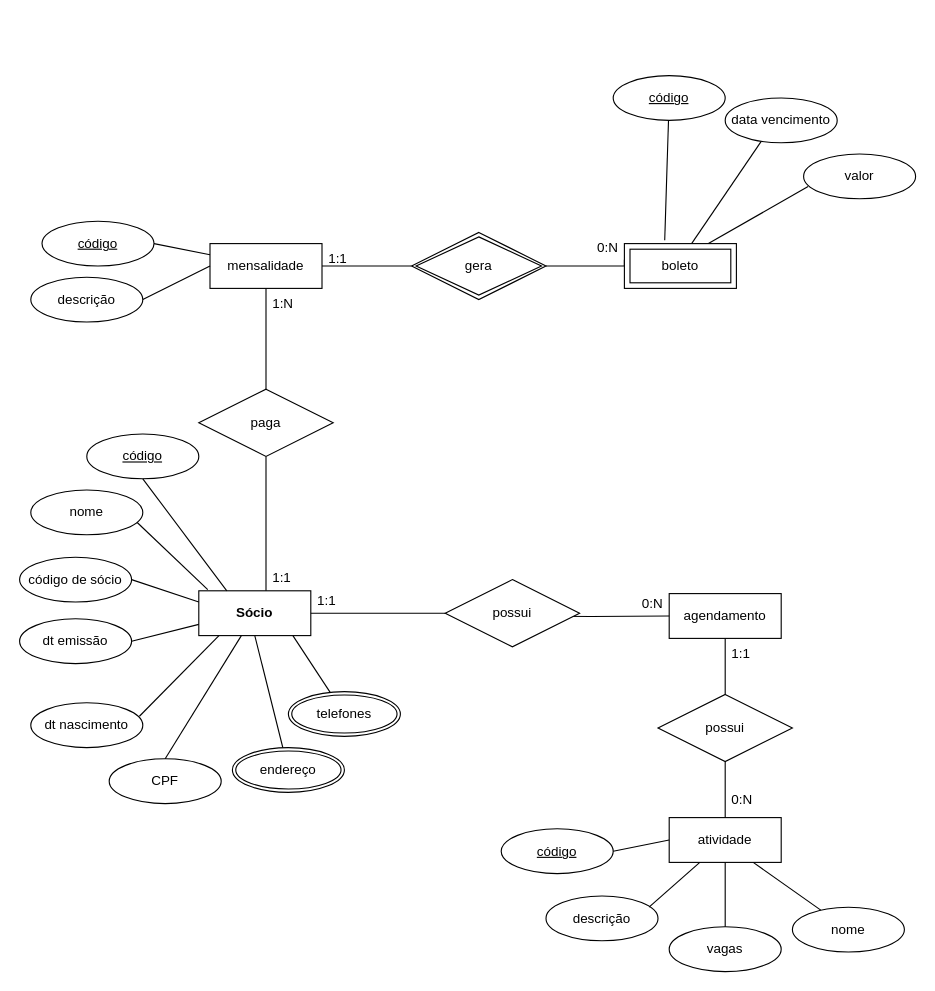
Earlier version of the draw.io diagram Diagrama sem título.drawio (Carolina-Silva/Carolina-Silva). Source tidied: cells renumbered, new cells numbered last; positions are measured from the earlier drawing's top-left corner, leaving out a move shared by most shapes. Both pictures are drawn from the tidied source at 112%, with x=0, y=0 at pixel (19, 75).
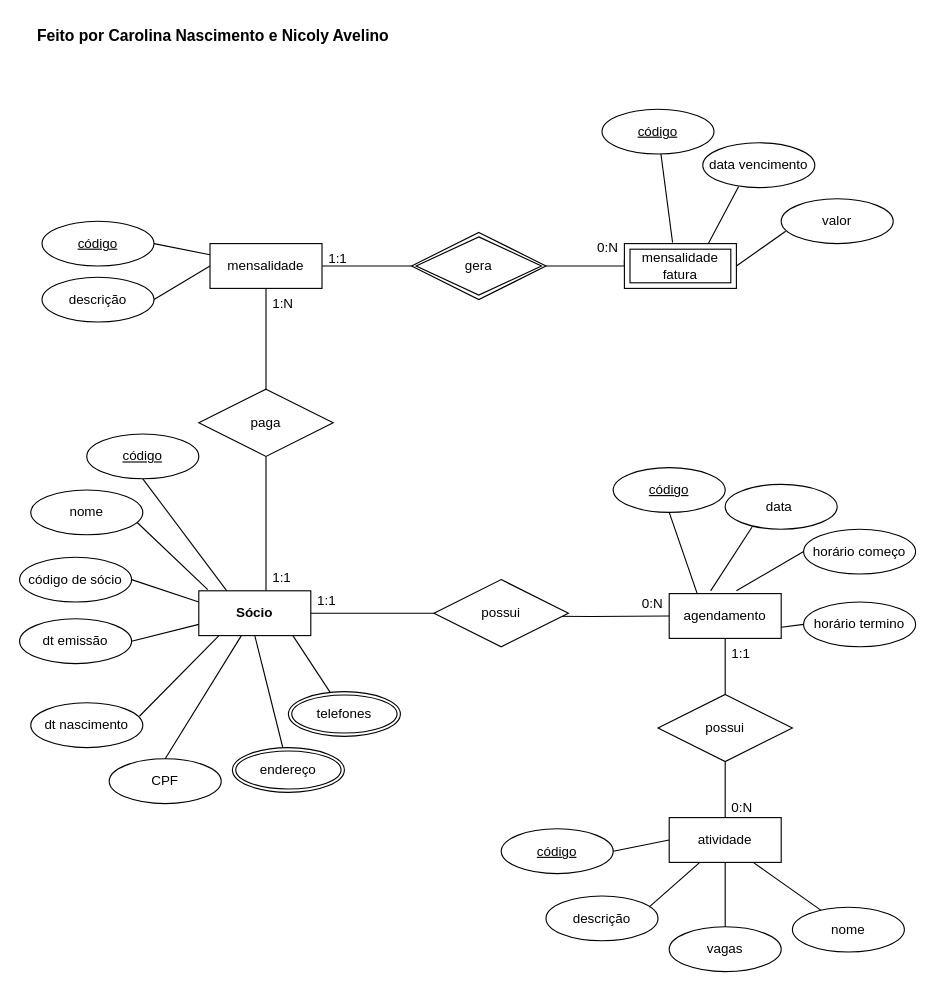
After the change.

Commit message:
Resposta MBD Avaliação 01

The change refers to these unchanged cells:
```xml
<mxCell id="20" value="agendamento" style="whiteSpace=wrap;html=1;align=center;" parent="1" vertex="1">
  <mxGeometry x="580" y="462.5" width="100" height="40" as="geometry" />
</mxCell>
```

What changed in the source:
```diff
@@
     <mxCell id="23" value="possui" style="shape=rhombus;perimeter=rhombusPerimeter;whiteSpace=wrap;html=1;align=center;" parent="1" vertex="1">
-      <mxGeometry x="380" y="450" width="120" height="60" as="geometry" />
+      <mxGeometry x="370" y="450" width="120" height="60" as="geometry" />
     </mxCell>
@@
     <mxCell id="26" value="data vencimento" style="ellipse;whiteSpace=wrap;html=1;align=center;" parent="1" vertex="1">
-      <mxGeometry x="630" y="20" width="100" height="40" as="geometry" />
+      <mxGeometry x="610" y="60" width="100" height="40" as="geometry" />
     </mxCell>
     <mxCell id="27" value="código" style="ellipse;whiteSpace=wrap;html=1;align=center;fontStyle=4;" parent="1" vertex="1">
-      <mxGeometry x="530" width="100" height="40" as="geometry" />
+      <mxGeometry x="520" y="30" width="100" height="40" as="geometry" />
     </mxCell>
-    <mxCell id="28" style="endArrow=none;html=1;rounded=0;exitX=0.36;exitY=-0.075;exitDx=0;exitDy=0;exitPerimeter=0;" parent="1" edge="1" source="53" target="27">
+    <mxCell id="28" style="endArrow=none;html=1;rounded=0;exitX=0.43;exitY=-0.025;exitDx=0;exitDy=0;exitPerimeter=0;" parent="1" edge="1" source="53" target="27">
       <mxGeometry relative="1" as="geometry" />
     </mxCell>
@@
     <mxCell id="32" value="0:N" style="text;strokeColor=none;fillColor=none;spacingLeft=4;spacingRight=4;overflow=hidden;fontSize=12;" parent="1" vertex="1">
-      <mxGeometry x="630" y="632.5" width="40" height="30" as="geometry" />
+      <mxGeometry x="630" y="640" width="40" height="30" as="geometry" />
     </mxCell>
@@
     <mxCell id="36" value="valor" style="ellipse;whiteSpace=wrap;html=1;align=center;" parent="1" vertex="1">
-      <mxGeometry x="700" y="70" width="100" height="40" as="geometry" />
+      <mxGeometry x="680" y="110" width="100" height="40" as="geometry" />
     </mxCell>
-    <mxCell id="37" style="endArrow=none;html=1;rounded=0;exitX=0.32;exitY=0.975;exitDx=0;exitDy=0;entryX=0.6;entryY=0;entryDx=0;entryDy=0;entryPerimeter=0;exitPerimeter=0;" parent="1" edge="1" source="26" target="53">
+    <mxCell id="37" style="endArrow=none;html=1;rounded=0;exitX=0.32;exitY=0.975;exitDx=0;exitDy=0;entryX=0.75;entryY=0;entryDx=0;entryDy=0;exitPerimeter=0;" parent="1" edge="1" source="26" target="53">
       <mxGeometry relative="1" as="geometry" />
     </mxCell>
-    <mxCell id="38" style="endArrow=none;html=1;rounded=0;entryX=0.75;entryY=0;entryDx=0;entryDy=0;exitX=0.04;exitY=0.725;exitDx=0;exitDy=0;exitPerimeter=0;" parent="1" edge="1" source="36" target="53">
+    <mxCell id="38" style="endArrow=none;html=1;rounded=0;entryX=1;entryY=0.5;entryDx=0;entryDy=0;exitX=0.04;exitY=0.725;exitDx=0;exitDy=0;exitPerimeter=0;" parent="1" edge="1" source="36" target="53">
       <mxGeometry relative="1" as="geometry" />
     </mxCell>
@@
-    <mxCell id="53" value="boleto" style="shape=ext;margin=3;double=1;whiteSpace=wrap;html=1;align=center;" parent="1" vertex="1">
+    <mxCell id="53" value="mensalidade&lt;br&gt;fatura" style="shape=ext;margin=3;double=1;whiteSpace=wrap;html=1;align=center;" parent="1" vertex="1">
       <mxGeometry x="540" y="150" width="100" height="40" as="geometry" />
     </mxCell>
@@
     <mxCell id="57" value="descrição" style="ellipse;whiteSpace=wrap;html=1;align=center;" parent="1" vertex="1">
-      <mxGeometry x="10" y="180" width="100" height="40" as="geometry" />
+      <mxGeometry x="20" y="180" width="100" height="40" as="geometry" />
     </mxCell>
@@
+    <mxCell id="62" value="data&amp;nbsp;" style="ellipse;whiteSpace=wrap;html=1;align=center;" parent="1" vertex="1">
+      <mxGeometry x="630" y="365" width="100" height="40" as="geometry" />
+    </mxCell>
+    <mxCell id="63" value="código" style="ellipse;whiteSpace=wrap;html=1;align=center;fontStyle=4;" parent="1" vertex="1">
+      <mxGeometry x="530" y="350" width="100" height="40" as="geometry" />
+    </mxCell>
+    <mxCell id="64" value="horário começo" style="ellipse;whiteSpace=wrap;html=1;align=center;" parent="1" vertex="1">
+      <mxGeometry x="700" y="405" width="100" height="40" as="geometry" />
+    </mxCell>
+    <mxCell id="65" style="endArrow=none;html=1;rounded=0;exitX=0.25;exitY=0;exitDx=0;exitDy=0;entryX=0.5;entryY=1;entryDx=0;entryDy=0;" parent="1" edge="1" source="20" target="63">
+      <mxGeometry relative="1" as="geometry" />
+    </mxCell>
+    <mxCell id="66" value="horário termino" style="ellipse;whiteSpace=wrap;html=1;align=center;" parent="1" vertex="1">
+      <mxGeometry x="700" y="470" width="100" height="40" as="geometry" />
+    </mxCell>
+    <mxCell id="67" style="endArrow=none;html=1;rounded=0;entryX=0.24;entryY=0.95;entryDx=0;entryDy=0;exitX=0.37;exitY=-0.062;exitDx=0;exitDy=0;exitPerimeter=0;entryPerimeter=0;" parent="1" edge="1" source="20" target="62">
+      <mxGeometry relative="1" as="geometry" />
+    </mxCell>
+    <mxCell id="68" style="endArrow=none;html=1;rounded=0;entryX=0;entryY=0.5;entryDx=0;entryDy=0;" parent="1" edge="1" target="64">
+      <mxGeometry relative="1" as="geometry">
+        <mxPoint x="640" y="460" as="sourcePoint" />
+      </mxGeometry>
+    </mxCell>
+    <mxCell id="69" style="endArrow=none;html=1;rounded=0;entryX=0;entryY=0.5;entryDx=0;entryDy=0;exitX=1;exitY=0.75;exitDx=0;exitDy=0;" parent="1" edge="1" source="20" target="66">
+      <mxGeometry relative="1" as="geometry" />
+    </mxCell>
+    <mxCell id="70" value="Feito por Carolina Nascimento e Nicoly Avelino" style="text;strokeColor=none;fillColor=none;spacingLeft=4;spacingRight=4;overflow=hidden;fontSize=14;fontStyle=1;" parent="1" vertex="1">
+      <mxGeometry x="10" y="-50" width="600" height="30" as="geometry" />
+    </mxCell>
```
